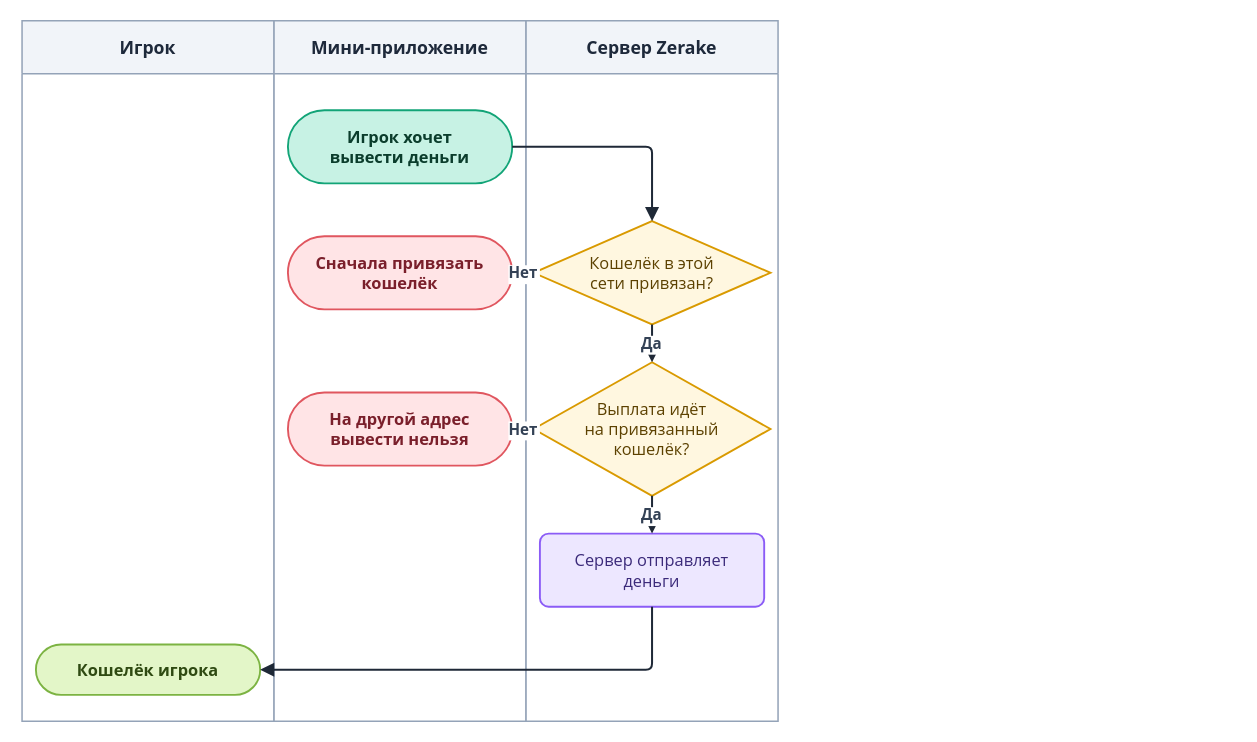
This is diagrams/drawio/payout-wallet.drawio from LILSUFFER/zerake-docs, a draw.io file, before an edit. Source tidied: cells renumbered, new cells numbered last; positions are measured from the earlier drawing's top-left corner, leaving out a move shared by most shapes. Both pictures are drawn from the tidied source at 126%, with x=0, y=0 at pixel (21, 20).
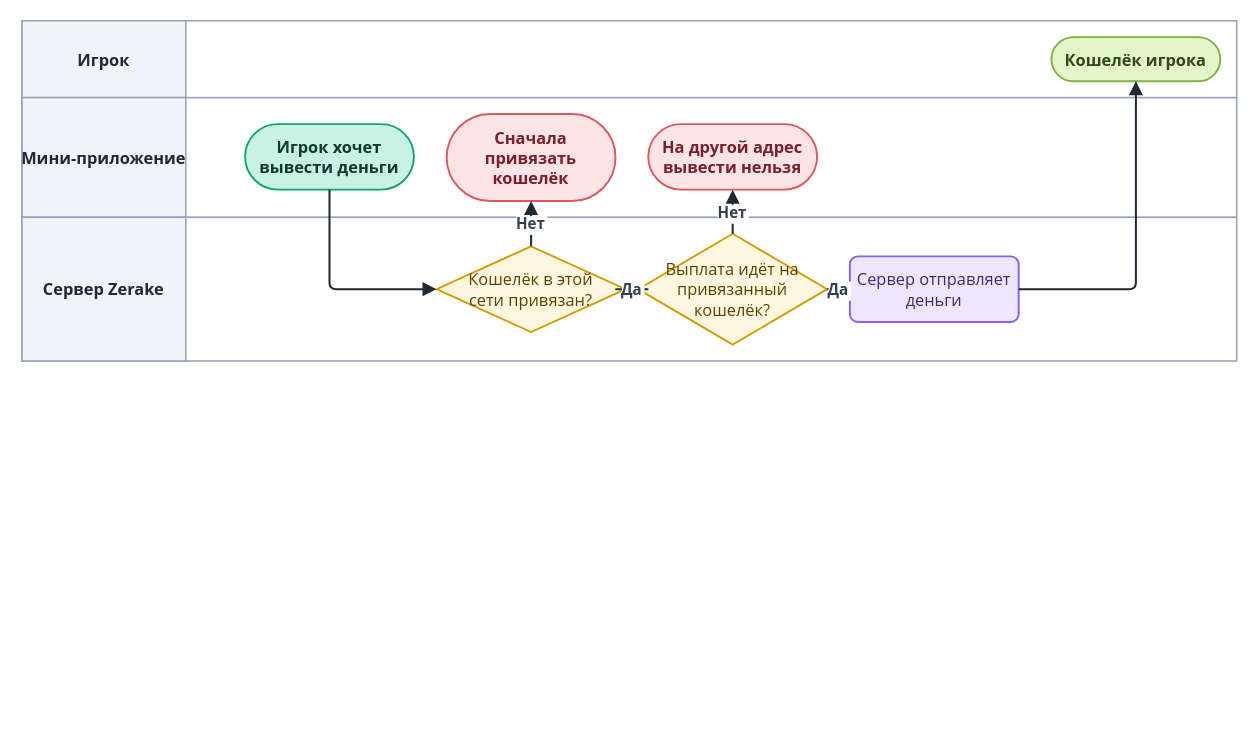
After the change.

What changed in the source:
```diff
@@
+    <mxCell id="18" style="rounded=0;html=0;fillColor=#FFFFFF;strokeColor=#94A3B8;strokeWidth=1.2;" parent="1" vertex="1">
+      <mxGeometry width="964" height="61" as="geometry" />
+    </mxCell>
-    <mxCell id="2" value="Игрок" style="swimlane;horizontal=1;startSize=42;fillColor=#F1F4F9;swimlaneFillColor=#FFFFFF;strokeColor=#94A3B8;fontColor=#1E293B;fontStyle=1;fontSize=14;fontFamily=Segoe UI;strokeWidth=1.2;" parent="1" vertex="1">
-      <mxGeometry width="200" height="556" as="geometry" />
+    <mxCell id="2" value="Игрок" style="rounded=0;html=0;fillColor=#F1F4F9;strokeColor=#94A3B8;strokeWidth=1.2;fontColor=#1E293B;fontStyle=1;fontSize=13;fontFamily=Segoe UI;align=center;verticalAlign=middle;" parent="1" vertex="1">
+      <mxGeometry width="130" height="61" as="geometry" />
     </mxCell>
+    <mxCell id="19" style="rounded=0;html=0;fillColor=#FFFFFF;strokeColor=#94A3B8;strokeWidth=1.2;" parent="1" vertex="1">
+      <mxGeometry y="61" width="964" height="95" as="geometry" />
+    </mxCell>
-    <mxCell id="3" value="Мини-приложение" style="swimlane;horizontal=1;startSize=42;fillColor=#F1F4F9;swimlaneFillColor=#FFFFFF;strokeColor=#94A3B8;fontColor=#1E293B;fontStyle=1;fontSize=14;fontFamily=Segoe UI;strokeWidth=1.2;" parent="1" vertex="1">
-      <mxGeometry x="200" width="200" height="556" as="geometry" />
+    <mxCell id="3" value="Мини-приложение" style="rounded=0;html=0;fillColor=#F1F4F9;strokeColor=#94A3B8;strokeWidth=1.2;fontColor=#1E293B;fontStyle=1;fontSize=13;fontFamily=Segoe UI;align=center;verticalAlign=middle;" parent="1" vertex="1">
+      <mxGeometry y="61" width="130" height="95" as="geometry" />
     </mxCell>
+    <mxCell id="20" style="rounded=0;html=0;fillColor=#FFFFFF;strokeColor=#94A3B8;strokeWidth=1.2;" parent="1" vertex="1">
+      <mxGeometry y="156" width="964" height="114" as="geometry" />
+    </mxCell>
-    <mxCell id="4" value="Сервер Zerake" style="swimlane;horizontal=1;startSize=42;fillColor=#F1F4F9;swimlaneFillColor=#FFFFFF;strokeColor=#94A3B8;fontColor=#1E293B;fontStyle=1;fontSize=14;fontFamily=Segoe UI;strokeWidth=1.2;" parent="1" vertex="1">
-      <mxGeometry x="400" width="200" height="556" as="geometry" />
+    <mxCell id="4" value="Сервер Zerake" style="rounded=0;html=0;fillColor=#F1F4F9;strokeColor=#94A3B8;strokeWidth=1.2;fontColor=#1E293B;fontStyle=1;fontSize=13;fontFamily=Segoe UI;align=center;verticalAlign=middle;" parent="1" vertex="1">
+      <mxGeometry y="156" width="130" height="114" as="geometry" />
     </mxCell>
     <mxCell id="5" value="Игрок хочет&#10;вывести деньги" style="rounded=1;arcSize=50;html=0;fontStyle=1;fillColor=#C7F2E4;strokeColor=#12A477;fontColor=#0B3D2C;fontFamily=Segoe UI;fontSize=13;strokeWidth=1.5;" parent="1" vertex="1">
-      <mxGeometry x="211" y="71" width="178" height="58" as="geometry" />
+      <mxGeometry x="177" y="82" width="134" height="52" as="geometry" />
     </mxCell>
     <mxCell id="6" value="Кошелёк в этой&#10;сети привязан?" style="rhombus;html=0;fillColor=#FFF7E0;strokeColor=#D99A00;fontColor=#5C4100;fontFamily=Segoe UI;fontSize=13;strokeWidth=1.5;" parent="1" vertex="1">
-      <mxGeometry x="406" y="159" width="188" height="82" as="geometry" />
+      <mxGeometry x="329" y="179" width="150" height="68" as="geometry" />
     </mxCell>
-    <mxCell id="7" value="Сначала привязать&#10;кошелёк" style="rounded=1;arcSize=50;html=0;fontStyle=1;fillColor=#FFE4E6;strokeColor=#E0565F;fontColor=#7A1F2B;fontFamily=Segoe UI;fontSize=13;strokeWidth=1.5;" parent="1" vertex="1">
-      <mxGeometry x="211" y="171" width="178" height="58" as="geometry" />
+    <mxCell id="7" value="Сначала&#10;привязать&#10;кошелёк" style="rounded=1;arcSize=50;html=0;fontStyle=1;fillColor=#FFE4E6;strokeColor=#E0565F;fontColor=#7A1F2B;fontFamily=Segoe UI;fontSize=13;strokeWidth=1.5;" parent="1" vertex="1">
+      <mxGeometry x="337" y="74" width="134" height="69" as="geometry" />
     </mxCell>
-    <mxCell id="8" value="Выплата идёт&#10;на привязанный&#10;кошелёк?" style="rhombus;html=0;fillColor=#FFF7E0;strokeColor=#D99A00;fontColor=#5C4100;fontFamily=Segoe UI;fontSize=13;strokeWidth=1.5;" parent="1" vertex="1">
-      <mxGeometry x="406" y="271" width="188" height="106" as="geometry" />
+    <mxCell id="8" value="Выплата идёт на&#10;привязанный&#10;кошелёк?" style="rhombus;html=0;fillColor=#FFF7E0;strokeColor=#D99A00;fontColor=#5C4100;fontFamily=Segoe UI;fontSize=13;strokeWidth=1.5;" parent="1" vertex="1">
+      <mxGeometry x="489" y="169" width="150" height="88" as="geometry" />
     </mxCell>
     <mxCell id="9" value="На другой адрес&#10;вывести нельзя" style="rounded=1;arcSize=50;html=0;fontStyle=1;fillColor=#FFE4E6;strokeColor=#E0565F;fontColor=#7A1F2B;fontFamily=Segoe UI;fontSize=13;strokeWidth=1.5;" parent="1" vertex="1">
-      <mxGeometry x="211" y="295" width="178" height="58" as="geometry" />
+      <mxGeometry x="497" y="82" width="134" height="52" as="geometry" />
     </mxCell>
     <mxCell id="10" value="Сервер отправляет&#10;деньги" style="rounded=1;arcSize=12;html=0;fillColor=#EDE7FF;strokeColor=#8B5CF6;fontColor=#3B2A7A;fontFamily=Segoe UI;fontSize=13;strokeWidth=1.5;" parent="1" vertex="1">
-      <mxGeometry x="411" y="407" width="178" height="58" as="geometry" />
+      <mxGeometry x="657" y="187" width="134" height="52" as="geometry" />
     </mxCell>
     <mxCell id="11" value="Кошелёк игрока" style="rounded=1;arcSize=50;html=0;fontStyle=1;fillColor=#E3F6C8;strokeColor=#7CB342;fontColor=#2F4A12;fontFamily=Segoe UI;fontSize=13;strokeWidth=1.5;" parent="1" vertex="1">
-      <mxGeometry x="11" y="495" width="178" height="40" as="geometry" />
+      <mxGeometry x="817" y="13" width="134" height="35" as="geometry" />
     </mxCell>
-    <mxCell id="12" style="edgeStyle=orthogonalEdgeStyle;rounded=1;arcSize=10;jettySize=auto;html=0;strokeColor=#1F2937;strokeWidth=1.6;endArrow=block;endFill=1;endSize=7;fontFamily=Segoe UI;fontSize=12;fontStyle=1;fontColor=#334155;labelBackgroundColor=#FFFFFF;" parent="1" edge="1" source="5" target="6">
+    <mxCell id="12" style="edgeStyle=orthogonalEdgeStyle;rounded=1;arcSize=10;jettySize=auto;html=0;strokeColor=#1F2937;strokeWidth=1.6;endArrow=block;endFill=1;endSize=7;fontFamily=Segoe UI;fontSize=12;fontStyle=1;fontColor=#334155;labelBackgroundColor=#FFFFFF;exitX=0.5;exitY=1;entryX=0;entryY=0.5;" parent="1" edge="1" source="5" target="6">
       <mxGeometry relative="1" as="geometry" />
     </mxCell>
@@
-    <mxCell id="17" style="edgeStyle=orthogonalEdgeStyle;rounded=1;arcSize=10;jettySize=auto;html=0;strokeColor=#1F2937;strokeWidth=1.6;endArrow=block;endFill=1;endSize=7;fontFamily=Segoe UI;fontSize=12;fontStyle=1;fontColor=#334155;labelBackgroundColor=#FFFFFF;exitX=0.5;exitY=1;entryX=1;entryY=0.5;" parent="1" edge="1" source="10" target="11">
+    <mxCell id="17" style="edgeStyle=orthogonalEdgeStyle;rounded=1;arcSize=10;jettySize=auto;html=0;strokeColor=#1F2937;strokeWidth=1.6;endArrow=block;endFill=1;endSize=7;fontFamily=Segoe UI;fontSize=12;fontStyle=1;fontColor=#334155;labelBackgroundColor=#FFFFFF;exitX=1;exitY=0.5;entryX=0.5;entryY=1;" parent="1" edge="1" source="10" target="11">
       <mxGeometry relative="1" as="geometry" />
     </mxCell>
```
